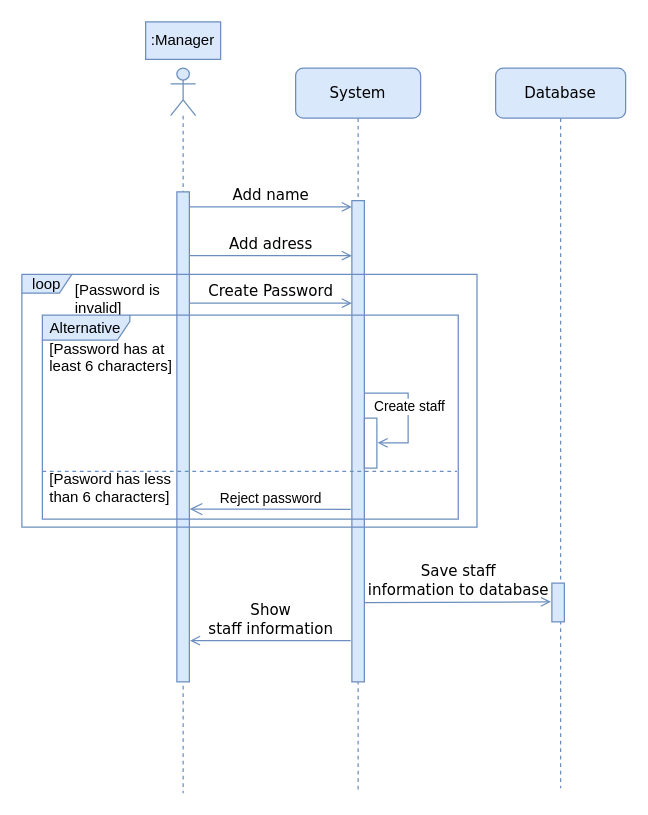
Before: page "Add staff" (3 of 6) of Diagrams/Sequence Diagram.drawio in Abcdavid00/Cafe-Management-Application, a draw.io diagram. Source tidied: cells renumbered, new cells numbered last; positions are measured from the earlier drawing's top-left corner, leaving out a move shared by most shapes. Both pictures are drawn from the tidied source at 125%, with x=0, y=0 at pixel (21, 21).
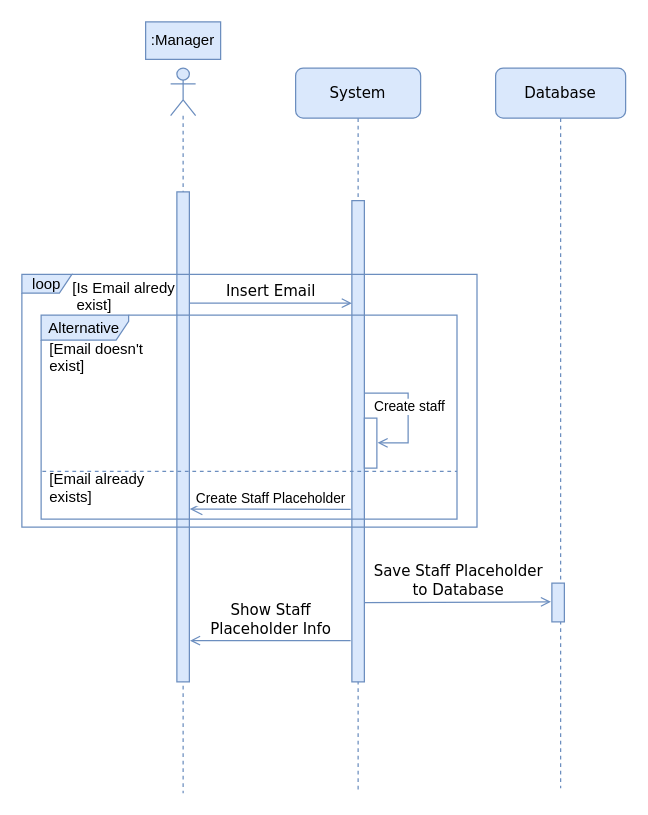
Above is the later version.

Unchanged cells that the change refers to:
```xml
<mxCell id="6" value="Database" style="shape=umlLifeline;perimeter=lifelinePerimeter;whiteSpace=wrap;html=1;rounded=1;shadow=0;comic=0;labelBackgroundColor=none;strokeWidth=1;fontFamily=Verdana;fontSize=12;align=center;fillColor=#dae8fc;strokeColor=#6c8ebf;" parent="1" vertex="1">
  <mxGeometry x="379" y="37" width="104" height="576" as="geometry" />
</mxCell>
<mxCell id="14" style="group;fillColor=none;strokeColor=none;" parent="1" vertex="1">
  <mxGeometry x="16.4" y="234.5" width="358.7" height="184" as="geometry" />
</mxCell>
```

Change to the diagram source:
```diff
@@
-    <mxCell id="8" value="Save staff &lt;br&gt;information&amp;nbsp;to database" style="html=1;verticalAlign=bottom;endArrow=open;labelBackgroundColor=none;fontFamily=Verdana;fontSize=12;elbow=vertical;exitX=0.974;exitY=0.695;exitDx=0;exitDy=0;exitPerimeter=0;endFill=0;fillColor=#dae8fc;strokeColor=#6c8ebf;" parent="6" edge="1">
+    <mxCell id="8" value="Save Staff Placeholder&lt;br&gt;to Database" style="html=1;verticalAlign=bottom;endArrow=open;labelBackgroundColor=none;fontFamily=Verdana;fontSize=12;elbow=vertical;exitX=0.974;exitY=0.695;exitDx=0;exitDy=0;exitPerimeter=0;endFill=0;fillColor=#dae8fc;strokeColor=#6c8ebf;" parent="6" edge="1">
       <mxGeometry relative="1" as="geometry">
         <mxPoint x="-105" y="427.5" as="sourcePoint" />
         <mxPoint x="44.3" y="427" as="targetPoint" />
       </mxGeometry>
     </mxCell>
-    <mxCell id="9" value="Add name" style="html=1;verticalAlign=bottom;endArrow=open;entryX=0;entryY=0;labelBackgroundColor=none;fontFamily=Verdana;fontSize=12;edgeStyle=elbowEdgeStyle;elbow=vertical;endFill=0;fillColor=#dae8fc;strokeColor=#6c8ebf;" parent="1" edge="1">
-      <mxGeometry relative="1" as="geometry">
-        <mxPoint x="134" y="148" as="sourcePoint" />
-        <mxPoint x="264" y="148" as="targetPoint" />
-        <Array as="points">
-          <mxPoint x="209" y="148" />
-        </Array>
-      </mxGeometry>
-    </mxCell>
@@
-    <mxCell id="11" value="Show &lt;br&gt;staff information" style="html=1;verticalAlign=bottom;endArrow=open;labelBackgroundColor=none;fontFamily=Verdana;fontSize=12;elbow=vertical;endFill=0;entryX=1.052;entryY=0.922;entryDx=0;entryDy=0;entryPerimeter=0;fillColor=#dae8fc;strokeColor=#6c8ebf;" parent="1" edge="1">
+    <mxCell id="11" value="Show Staff&lt;br&gt;Placeholder Info" style="html=1;verticalAlign=bottom;endArrow=open;labelBackgroundColor=none;fontFamily=Verdana;fontSize=12;elbow=vertical;endFill=0;entryX=1.052;entryY=0.922;entryDx=0;entryDy=0;entryPerimeter=0;fillColor=#dae8fc;strokeColor=#6c8ebf;" parent="1" edge="1">
       <mxGeometry relative="1" as="geometry">
         <mxPoint x="263" y="495" as="sourcePoint" />
         <mxPoint x="134.5" y="495" as="targetPoint" />
       </mxGeometry>
     </mxCell>
@@
-    <mxCell id="13" value="[Password is &#10;invalid]" style="text;strokeColor=none;fillColor=none;align=left;verticalAlign=top;spacingLeft=4;spacingRight=4;overflow=hidden;" parent="1" vertex="1">
-      <mxGeometry x="36.8" y="201" width="327.3" height="46.9" as="geometry" />
+    <mxCell id="13" value="[Is Email alredy&#10; exist]" style="text;strokeColor=none;fillColor=none;align=left;verticalAlign=top;spacingLeft=4;spacingRight=4;overflow=hidden;" parent="1" vertex="1">
+      <mxGeometry x="34.8" y="199" width="327.3" height="46.9" as="geometry" />
     </mxCell>
@@
-    <mxCell id="16" value="[Pasword has less&#10;than 6 characters]" style="text;strokeColor=none;fillColor=none;align=left;verticalAlign=top;spacingLeft=4;spacingRight=4;overflow=hidden;dashed=1;" parent="14" vertex="1">
+    <mxCell id="16" value="[Email already&#10;exists]" style="text;strokeColor=none;fillColor=none;align=left;verticalAlign=top;spacingLeft=4;spacingRight=4;overflow=hidden;dashed=1;" parent="14" vertex="1">
       <mxGeometry y="117.8" width="330.7" height="34.4" as="geometry" />
     </mxCell>
-    <mxCell id="17" value="[Password has at&#10;least 6 characters]" style="text;strokeColor=none;fillColor=none;align=left;verticalAlign=top;spacingLeft=4;spacingRight=4;overflow=hidden;dashed=1;" parent="14" vertex="1">
+    <mxCell id="17" value="[Email doesn't&#10;exist]" style="text;strokeColor=none;fillColor=none;align=left;verticalAlign=top;spacingLeft=4;spacingRight=4;overflow=hidden;dashed=1;" parent="14" vertex="1">
       <mxGeometry y="13.6" width="340.4" height="34.4" as="geometry" />
     </mxCell>
     <mxCell id="18" value="Alternative" style="shape=umlFrame;whiteSpace=wrap;html=1;width=70;height=20;fillColor=#dae8fc;strokeColor=#6c8ebf;" parent="14" vertex="1">
-      <mxGeometry width="332.7" height="163.2" as="geometry" />
+      <mxGeometry x="-1" width="332.7" height="163.2" as="geometry" />
     </mxCell>
-    <mxCell id="19" value="Add adress" style="html=1;verticalAlign=bottom;endArrow=open;entryX=0;entryY=0;labelBackgroundColor=none;fontFamily=Verdana;fontSize=12;edgeStyle=elbowEdgeStyle;elbow=vertical;endFill=0;fillColor=#dae8fc;strokeColor=#6c8ebf;" parent="1" edge="1">
-      <mxGeometry relative="1" as="geometry">
-        <mxPoint x="134" y="187" as="sourcePoint" />
-        <mxPoint x="264" y="187" as="targetPoint" />
-        <Array as="points">
-          <mxPoint x="209" y="187" />
-        </Array>
-      </mxGeometry>
-    </mxCell>
-    <mxCell id="20" value="Reject password" style="html=1;verticalAlign=bottom;endArrow=open;endSize=8;rounded=0;entryX=1.028;entryY=0.712;entryDx=0;entryDy=0;entryPerimeter=0;fillColor=#dae8fc;strokeColor=#6c8ebf;" parent="1" edge="1">
+    <mxCell id="20" value="Create Staff Placeholder" style="html=1;verticalAlign=bottom;endArrow=open;endSize=8;rounded=0;entryX=1.028;entryY=0.712;entryDx=0;entryDy=0;entryPerimeter=0;fillColor=#dae8fc;strokeColor=#6c8ebf;" parent="1" edge="1">
       <mxGeometry relative="1" as="geometry">
         <mxPoint x="263" y="390" as="sourcePoint" />
         <mxPoint x="134.3" y="389.8" as="targetPoint" />
       </mxGeometry>
     </mxCell>
@@
-    <mxCell id="25" value="Create Password" style="html=1;verticalAlign=bottom;endArrow=open;labelBackgroundColor=none;fontFamily=Verdana;fontSize=12;edgeStyle=elbowEdgeStyle;elbow=vertical;endFill=0;fillColor=#dae8fc;strokeColor=#6c8ebf;" parent="1" edge="1">
+    <mxCell id="25" value="Insert Email" style="html=1;verticalAlign=bottom;endArrow=open;labelBackgroundColor=none;fontFamily=Verdana;fontSize=12;edgeStyle=elbowEdgeStyle;elbow=vertical;endFill=0;fillColor=#dae8fc;strokeColor=#6c8ebf;" parent="1" edge="1">
       <mxGeometry relative="1" as="geometry">
         <mxPoint x="134.3" y="225" as="sourcePoint" />
         <mxPoint x="264" y="225" as="targetPoint" />
         <Array as="points">
           <mxPoint x="205.2" y="225" />
         </Array>
       </mxGeometry>
     </mxCell>
```
